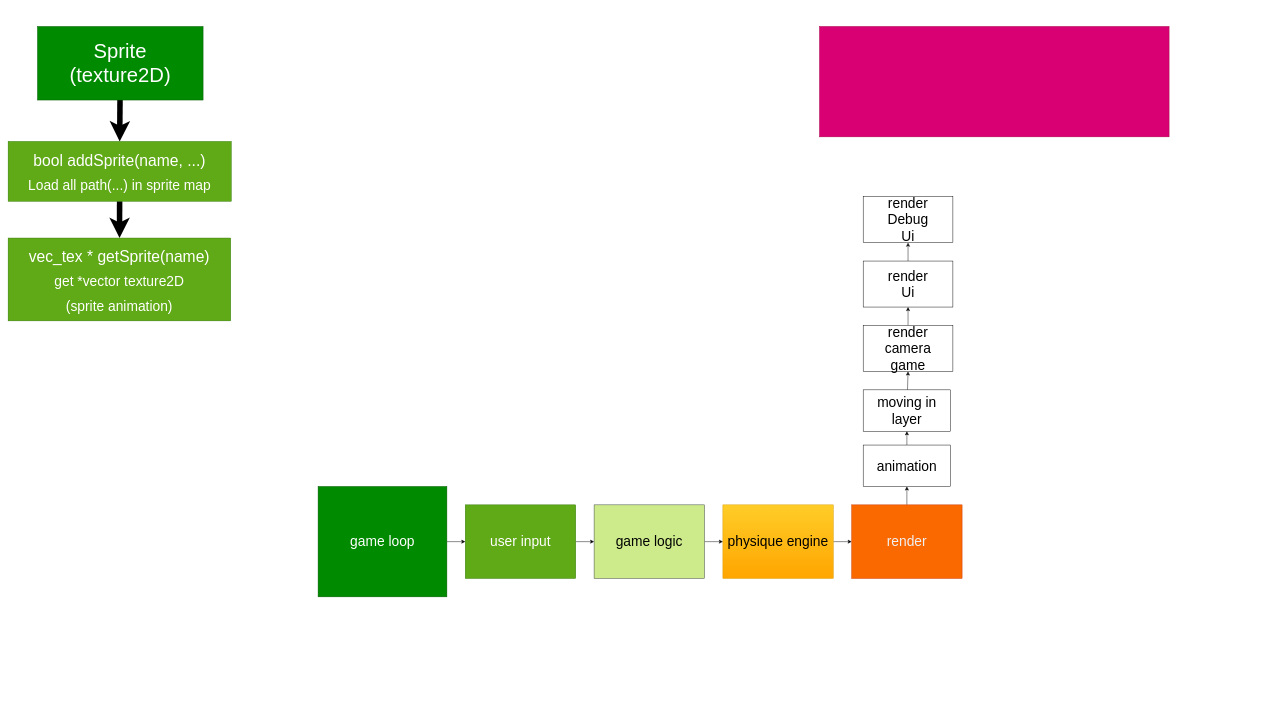
Before: note/plant.drawio in sm222/2DGameMaker, a draw.io diagram. Source tidied: cells renumbered, new cells numbered last; positions are measured from the earlier drawing's top-left corner, leaving out a move shared by most shapes. Both pictures are drawn from the tidied source at 46%, with x=0, y=0 at pixel (8, 8).
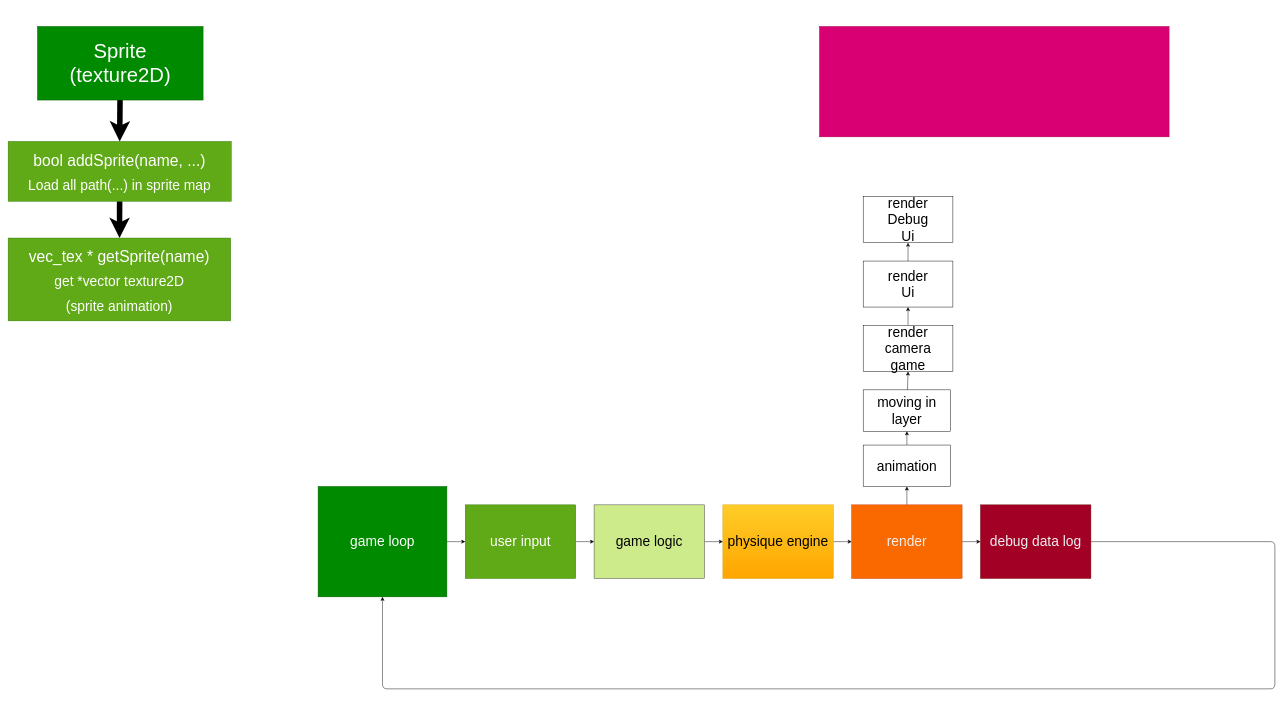
The same page after the edit.

Unchanged cells that the change refers to:
```xml
<mxCell id="10" value="&lt;span style=&quot;font-size: 30px;&quot;&gt;game loop&lt;/span&gt;" style="whiteSpace=wrap;html=1;fillColor=#008a00;fontColor=#ffffff;strokeColor=#005700;" parent="1" vertex="1">
  <mxGeometry x="674" y="1040" width="280" height="240" as="geometry" />
</mxCell>
<mxCell id="16" value="&lt;font color=&quot;#f0f0f0&quot;&gt;&lt;span style=&quot;font-size: 30px;&quot;&gt;render&lt;/span&gt;&lt;/font&gt;" style="whiteSpace=wrap;html=1;fillColor=#fa6800;strokeColor=#C73500;fontColor=#000000;" parent="1" vertex="1">
  <mxGeometry x="1834" y="1080" width="240" height="160" as="geometry" />
</mxCell>
```

What changed in the source:
```diff
@@
+    <mxCell id="28" style="edgeStyle=none;html=1;" parent="1" edge="1" source="16" target="30">
+      <mxGeometry relative="1" as="geometry" />
+    </mxCell>
@@
+    <mxCell id="29" style="edgeStyle=none;html=1;entryX=0.5;entryY=1;entryDx=0;entryDy=0;" parent="1" edge="1" source="30" target="10">
+      <mxGeometry relative="1" as="geometry">
+        <Array as="points">
+          <mxPoint x="2754" y="1160" />
+          <mxPoint x="2754" y="1480" />
+          <mxPoint x="814" y="1480" />
+        </Array>
+      </mxGeometry>
+    </mxCell>
+    <mxCell id="30" value="&lt;font color=&quot;#f0f0f0&quot;&gt;&lt;span style=&quot;font-size: 30px;&quot;&gt;debug data log&lt;/span&gt;&lt;/font&gt;" style="whiteSpace=wrap;html=1;fillColor=#a20025;strokeColor=#6F0000;fontColor=#ffffff;" parent="1" vertex="1">
+      <mxGeometry x="2114" y="1080" width="240" height="160" as="geometry" />
+    </mxCell>
```
